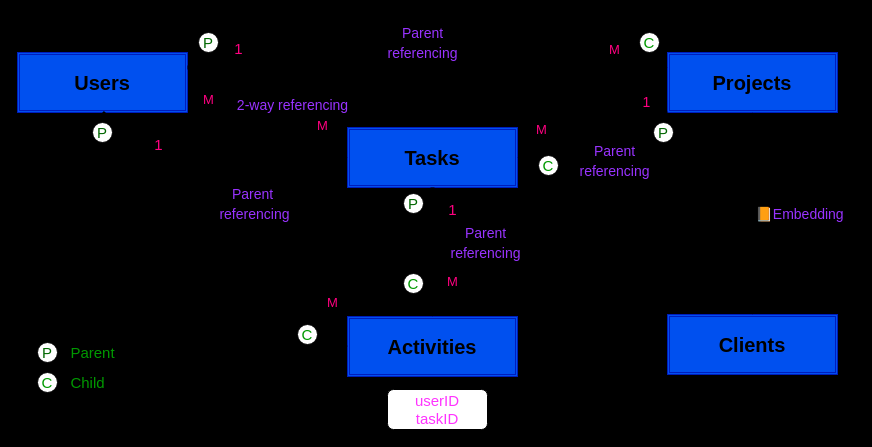
This is design_db/db_diagram.drawio from AbdallahSalah003/ProjectHub-API, a draw.io file, before an edit. Source tidied: cells renumbered, new cells numbered last; positions are measured from the earlier drawing's top-left corner, leaving out a move shared by most shapes. Both pictures are drawn from the tidied source at 100%, with x=0, y=0 at pixel (17, 17).
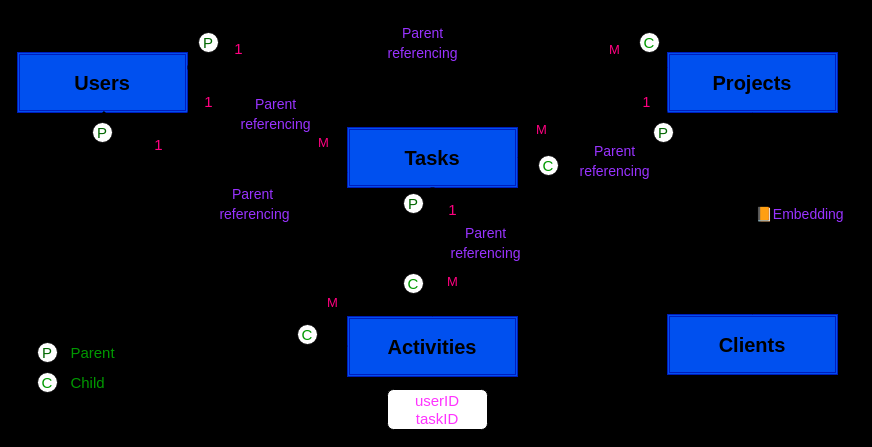
The same diagram, later.

Unchanged cells that the change refers to:
```xml
<mxCell id="2" value="&lt;b&gt;&lt;font color=&quot;#000000&quot; style=&quot;font-size: 20px;&quot;&gt;Users&lt;/font&gt;&lt;/b&gt;" style="shape=ext;double=1;rounded=0;whiteSpace=wrap;html=1;fillColor=#0050ef;fontColor=#ffffff;strokeColor=#001DBC;" parent="1" vertex="1">
  <mxGeometry y="35" width="170" height="60" as="geometry" />
</mxCell>
<mxCell id="3" value="&lt;b&gt;&lt;font color=&quot;#000000&quot; style=&quot;font-size: 20px;&quot;&gt;Tasks&lt;/font&gt;&lt;/b&gt;" style="shape=ext;double=1;rounded=0;whiteSpace=wrap;html=1;fillColor=#0050ef;fontColor=#ffffff;strokeColor=#001DBC;" parent="1" vertex="1">
  <mxGeometry x="330" y="110" width="170" height="60" as="geometry" />
</mxCell>
```

Diff of the diagram source:
```diff
@@
-    <mxCell id="7" style="endArrow=classic;startArrow=classic;html=1;strokeWidth=4;fontSize=20;fontColor=#000000;curved=1;exitX=1;exitY=1;exitDx=0;exitDy=0;entryX=0;entryY=0.5;entryDx=0;entryDy=0;shadow=0;" parent="1" edge="1" source="2" target="3">
-      <mxGeometry relative="1" as="geometry" />
-    </mxCell>
@@
-    <mxCell id="10" value="&lt;font style=&quot;font-size: 13px;&quot; color=&quot;#ff0080&quot;&gt;M&lt;/font&gt;" style="text;html=1;align=center;verticalAlign=middle;strokeColor=none;fillColor=none;fontSize=20;fontColor=#000000;" parent="1" vertex="1">
-      <mxGeometry x="176" y="59" width="30" height="40" as="geometry" />
-    </mxCell>
     <mxCell id="11" value="&lt;font style=&quot;font-size: 13px;&quot; color=&quot;#ff0080&quot;&gt;M&lt;/font&gt;" style="text;html=1;align=center;verticalAlign=middle;strokeColor=none;fillColor=none;fontSize=20;fontColor=#000000;" parent="1" vertex="1">
-      <mxGeometry x="290" y="85" width="30" height="40" as="geometry" />
+      <mxGeometry x="291" y="102" width="30" height="40" as="geometry" />
     </mxCell>
@@
-    <mxCell id="19" value="&lt;font style=&quot;font-size: 14px;&quot; color=&quot;#9933ff&quot;&gt;2-way referencing&lt;/font&gt;" style="text;html=1;align=center;verticalAlign=middle;strokeColor=none;fillColor=none;fontSize=16;fontColor=#FF0080;" parent="1" vertex="1">
-      <mxGeometry x="210" y="72" width="130" height="30" as="geometry" />
-    </mxCell>
@@
+    <mxCell id="42" value="&lt;font style=&quot;font-size: 15px;&quot; color=&quot;#ff0080&quot;&gt;1&lt;/font&gt;" style="text;html=1;align=center;verticalAlign=middle;strokeColor=none;fillColor=none;fontSize=20;fontColor=#000000;" parent="1" vertex="1">
+      <mxGeometry x="176" y="62" width="30" height="40" as="geometry" />
+    </mxCell>
+    <mxCell id="7" style="endArrow=classic;html=1;fontSize=20;fontColor=#000000;exitX=1;exitY=1;exitDx=0;exitDy=0;curved=1;strokeWidth=4;entryX=0;entryY=0.75;entryDx=0;entryDy=0;" parent="1" edge="1" source="2" target="3">
+      <mxGeometry relative="1" as="geometry" />
+    </mxCell>
+    <mxCell id="43" value="&lt;font color=&quot;#9933ff&quot;&gt;&lt;span style=&quot;font-size: 14px;&quot;&gt;Parent &lt;br&gt;referencing&lt;/span&gt;&lt;/font&gt;" style="text;html=1;align=center;verticalAlign=middle;strokeColor=none;fillColor=none;fontSize=16;fontColor=#FF0080;" parent="1" vertex="1">
+      <mxGeometry x="213" y="71" width="90" height="50" as="geometry" />
+    </mxCell>
```
